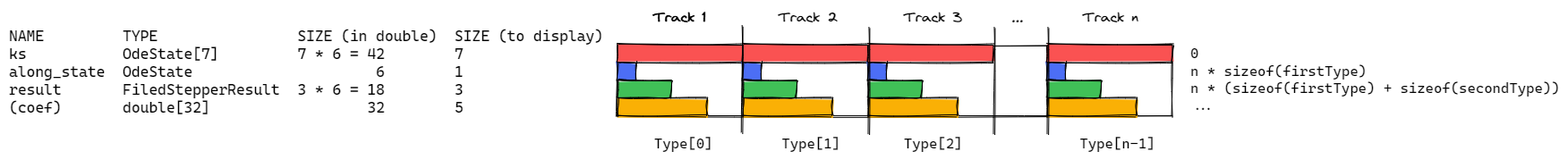
The Excalidraw diagram memory_management.excalidraw.png in simbarras/tb23-gpu-opt-celeritas, before a commit. Source tidied: one line per element, renumbered; positions are measured from the earlier drawing's top-left corner, leaving out a move shared by most shapes. Source of this version:
```json
{"id": 0, "type": "rectangle", "strokeColor": "#000000", "strokeWidth": 1, "roughness": 1, "x": 680, "y": 40, "width": 620, "height": 80}
{"id": 1, "type": "rectangle", "strokeColor": "#000000", "backgroundColor": "#fa5252", "fillStyle": "solid", "strokeWidth": 1, "roughness": 1, "x": 680, "y": 40, "width": 140, "height": 20}
{"id": 2, "type": "text", "text": "NAME         TYPE                SIZE (in double)  SIZE (to display)\nks           OdeState[7]         7 * 6 = 42        7\nalong_state  OdeState                     6        1\nresult       FiledStepperResult  3 * 6 = 18        3\n(coef)       double[32]                  32        5\n", "strokeColor": "#000000", "backgroundColor": "#fa5252", "fillStyle": "solid", "strokeWidth": 1, "roughness": 1, "fontSize": 16.67, "fontFamily": 3, "x": 0, "y": 20, "width": 664, "height": 120}
{"id": 3, "type": "rectangle", "strokeColor": "#000000", "backgroundColor": "#4c6ef5", "fillStyle": "solid", "strokeWidth": 1, "roughness": 1, "x": 680, "y": 60, "width": 20, "height": 20}
{"id": 4, "type": "rectangle", "strokeColor": "#000000", "backgroundColor": "#40c057", "fillStyle": "solid", "strokeWidth": 1, "roughness": 1, "x": 680, "y": 80, "width": 60, "height": 20}
{"id": 5, "type": "rectangle", "strokeColor": "#000000", "backgroundColor": "#fab005", "fillStyle": "solid", "strokeWidth": 1, "roughness": 1, "x": 680, "y": 100, "width": 100, "height": 20}
{"id": 6, "type": "rectangle", "strokeColor": "#000000", "backgroundColor": "#fa5252", "fillStyle": "solid", "strokeWidth": 1, "roughness": 1, "x": 820, "y": 40, "width": 140, "height": 20}
{"id": 7, "type": "rectangle", "strokeColor": "#000000", "backgroundColor": "#4c6ef5", "fillStyle": "solid", "strokeWidth": 1, "roughness": 1, "x": 820, "y": 60, "width": 20, "height": 20}
{"id": 8, "type": "rectangle", "strokeColor": "#000000", "backgroundColor": "#40c057", "fillStyle": "solid", "strokeWidth": 1, "roughness": 1, "x": 820, "y": 80, "width": 60, "height": 20}
{"id": 9, "type": "rectangle", "strokeColor": "#000000", "backgroundColor": "#fab005", "fillStyle": "solid", "strokeWidth": 1, "roughness": 1, "x": 820, "y": 100, "width": 100, "height": 20}
{"id": 10, "type": "rectangle", "strokeColor": "#000000", "backgroundColor": "#fa5252", "fillStyle": "solid", "strokeWidth": 1, "roughness": 1, "x": 960, "y": 40, "width": 140, "height": 20}
{"id": 11, "type": "rectangle", "strokeColor": "#000000", "backgroundColor": "#4c6ef5", "fillStyle": "solid", "strokeWidth": 1, "roughness": 1, "x": 960, "y": 60, "width": 20, "height": 20}
{"id": 12, "type": "rectangle", "strokeColor": "#000000", "backgroundColor": "#40c057", "fillStyle": "solid", "strokeWidth": 1, "roughness": 1, "x": 960, "y": 80, "width": 60, "height": 20}
{"id": 13, "type": "rectangle", "strokeColor": "#000000", "backgroundColor": "#fab005", "fillStyle": "solid", "strokeWidth": 1, "roughness": 1, "x": 960, "y": 100, "width": 100, "height": 20}
{"id": 14, "type": "rectangle", "strokeColor": "#000000", "backgroundColor": "#fa5252", "fillStyle": "solid", "strokeWidth": 1, "roughness": 1, "x": 1160, "y": 40, "width": 140, "height": 20}
{"id": 15, "type": "rectangle", "strokeColor": "#000000", "backgroundColor": "#4c6ef5", "fillStyle": "solid", "strokeWidth": 1, "roughness": 1, "x": 1160, "y": 60, "width": 20, "height": 20}
{"id": 16, "type": "rectangle", "strokeColor": "#000000", "backgroundColor": "#40c057", "fillStyle": "solid", "strokeWidth": 1, "roughness": 1, "x": 1160, "y": 80, "width": 60, "height": 20}
{"id": 17, "type": "rectangle", "strokeColor": "#000000", "backgroundColor": "#fab005", "fillStyle": "solid", "strokeWidth": 1, "roughness": 1, "x": 1160, "y": 100, "width": 100, "height": 20}
{"id": 18, "type": "line", "strokeColor": "#000000", "strokeWidth": 1, "roughness": 1, "x": 820, "y": 20, "width": 0, "height": 120, "points": [[0, 0], [0, 120]]}
{"id": 19, "type": "text", "text": "Track 1", "strokeColor": "#000000", "strokeWidth": 1, "roughness": 1, "fontSize": 16, "fontFamily": 1, "x": 720, "y": 0, "width": 59, "height": 20}
{"id": 20, "type": "text", "text": "Track 1", "strokeColor": "#000000", "strokeWidth": 1, "roughness": 1, "fontSize": 16, "fontFamily": 1, "x": 720, "y": 0, "width": 59, "height": 20}
{"id": 21, "type": "text", "text": "Track 2", "strokeColor": "#000000", "strokeWidth": 1, "roughness": 1, "fontSize": 16, "fontFamily": 1, "x": 860, "y": 0, "width": 66, "height": 20}
{"id": 22, "type": "text", "text": "Track 3", "strokeColor": "#000000", "strokeWidth": 1, "roughness": 1, "fontSize": 16, "fontFamily": 1, "x": 1000, "y": 0, "width": 65, "height": 20}
{"id": 23, "type": "text", "text": "...", "strokeColor": "#000000", "strokeWidth": 1, "roughness": 1, "fontSize": 16, "fontFamily": 1, "textAlign": "center", "x": 1120, "y": 0, "width": 13, "height": 20}
{"id": 24, "type": "line", "strokeColor": "#000000", "strokeWidth": 1, "roughness": 1, "x": 962, "y": 22, "width": 0, "height": 120, "points": [[0, 0], [0, 120]]}
{"id": 25, "type": "line", "strokeColor": "#000000", "strokeWidth": 1, "roughness": 1, "x": 1102, "y": 22, "width": 0, "height": 120, "points": [[0, 0], [0, 120]]}
{"id": 26, "type": "line", "strokeColor": "#000000", "strokeWidth": 1, "roughness": 1, "x": 1162, "y": 22, "width": 0, "height": 120, "points": [[0, 0], [0, 120]]}
{"id": 27, "type": "text", "text": "Track n", "strokeColor": "#000000", "strokeWidth": 1, "roughness": 1, "fontSize": 16, "fontFamily": 1, "x": 1200, "y": 0, "width": 62, "height": 20}
{"id": 28, "type": "text", "text": "Type[0]", "strokeColor": "#000000", "strokeWidth": 1, "roughness": 1, "fontSize": 16, "fontFamily": 3, "textAlign": "center", "x": 721, "y": 140, "width": 66, "height": 19}
{"id": 29, "type": "text", "text": "Type[1]", "strokeColor": "#000000", "strokeWidth": 1, "roughness": 1, "fontSize": 16, "fontFamily": 3, "textAlign": "center", "x": 863, "y": 140, "width": 66, "height": 19}
{"id": 30, "type": "text", "text": "Type[2]", "strokeColor": "#000000", "strokeWidth": 1, "roughness": 1, "fontSize": 16, "fontFamily": 3, "textAlign": "center", "x": 1000, "y": 140, "width": 66, "height": 19}
{"id": 31, "type": "text", "text": "Type[n-1]", "strokeColor": "#000000", "strokeWidth": 1, "roughness": 1, "fontSize": 16, "fontFamily": 3, "textAlign": "center", "x": 1196, "y": 140, "width": 84, "height": 19}
{"id": 32, "type": "text", "text": "0\nn * sizeof(firstType)\nn * (sizeof(firstType) + sizeof(secondType))\n...", "strokeColor": "#000000", "strokeWidth": 1, "roughness": 1, "fontSize": 16, "fontFamily": 3, "x": 1320, "y": 40, "width": 412, "height": 77}
```
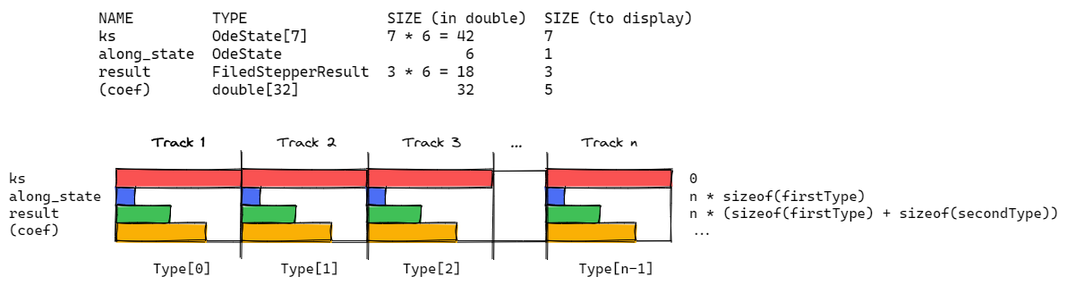
The same file after the commit.

Commit message:
Add guideline for the chapter conception, realisation and result

Change to the diagram source:
```diff
@@ -1,6 +1,6 @@
 {"id": 0, "type": "rectangle", "strokeColor": "#000000", "strokeWidth": 1, "roughness": 1, "x": 680, "y": 40, "width": 620, "height": 80}
 {"id": 1, "type": "rectangle", "strokeColor": "#000000", "backgroundColor": "#fa5252", "fillStyle": "solid", "strokeWidth": 1, "roughness": 1, "x": 680, "y": 40, "width": 140, "height": 20}
-{"id": 2, "type": "text", "text": "NAME         TYPE                SIZE (in double)  SIZE (to display)\nks           OdeState[7]         7 * 6 = 42        7\nalong_state  OdeState                     6        1\nresult       FiledStepperResult  3 * 6 = 18        3\n(coef)       double[32]                  32        5\n", "strokeColor": "#000000", "backgroundColor": "#fa5252", "fillStyle": "solid", "strokeWidth": 1, "roughness": 1, "fontSize": 16.67, "fontFamily": 3, "x": 0, "y": 20, "width": 664, "height": 120}
+{"id": 2, "type": "text", "text": "NAME         TYPE                SIZE (in double)  SIZE (to display)\nks           OdeState[7]         7 * 6 = 42        7\nalong_state  OdeState                     6        1\nresult       FiledStepperResult  3 * 6 = 18        3\n(coef)       double[32]                  32        5\n", "strokeColor": "#000000", "backgroundColor": "#fa5252", "fillStyle": "solid", "strokeWidth": 1, "roughness": 1, "fontSize": 16.67, "fontFamily": 3, "x": 660, "y": -140, "width": 664, "height": 120}
 {"id": 3, "type": "rectangle", "strokeColor": "#000000", "backgroundColor": "#4c6ef5", "fillStyle": "solid", "strokeWidth": 1, "roughness": 1, "x": 680, "y": 60, "width": 20, "height": 20}
 {"id": 4, "type": "rectangle", "strokeColor": "#000000", "backgroundColor": "#40c057", "fillStyle": "solid", "strokeWidth": 1, "roughness": 1, "x": 680, "y": 80, "width": 60, "height": 20}
 {"id": 5, "type": "rectangle", "strokeColor": "#000000", "backgroundColor": "#fab005", "fillStyle": "solid", "strokeWidth": 1, "roughness": 1, "x": 680, "y": 100, "width": 100, "height": 20}
@@ -31,3 +31,4 @@
 {"id": 30, "type": "text", "text": "Type[2]", "strokeColor": "#000000", "strokeWidth": 1, "roughness": 1, "fontSize": 16, "fontFamily": 3, "textAlign": "center", "x": 1000, "y": 140, "width": 66, "height": 19}
 {"id": 31, "type": "text", "text": "Type[n-1]", "strokeColor": "#000000", "strokeWidth": 1, "roughness": 1, "fontSize": 16, "fontFamily": 3, "textAlign": "center", "x": 1196, "y": 140, "width": 84, "height": 19}
 {"id": 32, "type": "text", "text": "0\nn * sizeof(firstType)\nn * (sizeof(firstType) + sizeof(secondType))\n...", "strokeColor": "#000000", "strokeWidth": 1, "roughness": 1, "fontSize": 16, "fontFamily": 3, "x": 1320, "y": 40, "width": 412, "height": 77}
+{"id": 33, "type": "text", "text": "ks\nalong_state\nresult\n(coef)", "strokeColor": "#000000", "strokeWidth": 1, "roughness": 1, "fontSize": 16, "fontFamily": 3, "x": 560, "y": 40, "width": 103, "height": 77}
```
